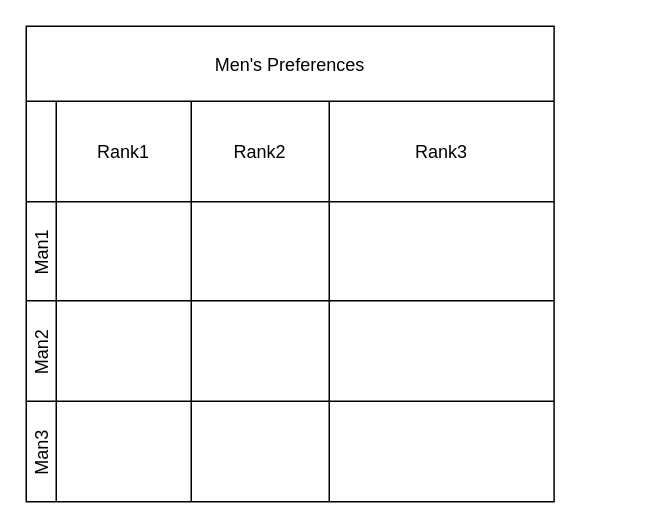
Above: BambooSMP.drawio in victorliu-sq/BambooSMP-Figures (draw.io), before the change. Source tidied: cells renumbered, new cells numbered last; positions are measured from the earlier drawing's top-left corner, leaving out a move shared by most shapes. Both pictures are drawn from the tidied source at 150%, with x=0, y=0 at pixel (26, 26).
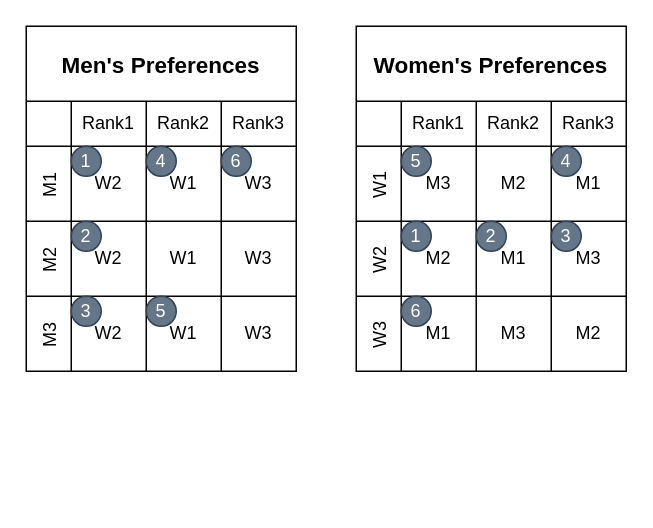
After the change.

Change to the diagram source:
```diff
@@
-    <mxCell id="2" value="Men's Preferences" style="shape=table;startSize=50;childLayout=tableLayout;resizeLastRow=0;" parent="1" vertex="1">
-      <mxGeometry width="351.9" height="317" as="geometry" />
+    <mxCell id="2" value="Men's Preferences" style="shape=table;startSize=50;childLayout=tableLayout;resizeLastRow=0;fontStyle=1;fontSize=15;" parent="1" vertex="1">
+      <mxGeometry width="180" height="230" as="geometry" />
     </mxCell>
-    <mxCell id="3" style="shape=tableRow;horizontal=0;startSize=20;swimlaneHead=0;swimlaneBody=0;strokeColor=inherit;top=0;left=0;bottom=0;right=0;fillColor=none;" parent="2" vertex="1">
-      <mxGeometry y="50" width="351.9" height="67" as="geometry" />
+    <mxCell id="3" style="shape=tableRow;horizontal=0;startSize=30;swimlaneHead=0;swimlaneBody=0;strokeColor=inherit;top=0;left=0;bottom=0;right=0;fillColor=none;" parent="2" vertex="1">
+      <mxGeometry y="50" width="180" height="30" as="geometry" />
     </mxCell>
     <mxCell id="4" value="Rank1" style="shape=partialRectangle;html=1;whiteSpace=wrap;strokeColor=inherit;overflow=hidden;fillColor=none;top=0;left=0;bottom=0;right=0;" parent="3" vertex="1">
-      <mxGeometry x="20" width="90" height="67" as="geometry" />
+      <mxGeometry x="30" width="50" height="30" as="geometry" />
     </mxCell>
     <mxCell id="5" value="Rank2" style="shape=partialRectangle;html=1;whiteSpace=wrap;strokeColor=inherit;overflow=hidden;fillColor=none;top=0;left=0;bottom=0;right=0;" parent="3" vertex="1">
-      <mxGeometry x="110" width="92" height="67" as="geometry" />
+      <mxGeometry x="80" width="50" height="30" as="geometry" />
     </mxCell>
-    <mxCell id="6" value="Rank3" style="shape=partialRectangle;html=1;whiteSpace=wrap;strokeColor=inherit;overflow=hidden;fillColor=none;top=0;left=0;bottom=0;right=0;" parent="3" vertex="1">
-      <mxGeometry x="202" width="150" height="67" as="geometry" />
+    <mxCell id="6" value="Rank3" style="shape=partialRectangle;html=1;whiteSpace=wrap;strokeColor=inherit;overflow=hidden;fillColor=none;top=0;left=0;bottom=0;right=0;strokeWidth=1;" parent="3" vertex="1">
+      <mxGeometry x="130" width="50" height="30" as="geometry" />
     </mxCell>
-    <mxCell id="7" value="Man1" style="shape=tableRow;horizontal=0;startSize=20;swimlaneHead=0;swimlaneBody=0;strokeColor=inherit;top=0;left=0;bottom=0;right=0;fillColor=none;" parent="2" vertex="1">
-      <mxGeometry y="117" width="351.9" height="66" as="geometry" />
+    <mxCell id="7" value="M1" style="shape=tableRow;horizontal=0;startSize=30;swimlaneHead=0;swimlaneBody=0;strokeColor=inherit;top=0;left=0;bottom=0;right=0;fillColor=none;" parent="2" vertex="1">
+      <mxGeometry y="80" width="180" height="50" as="geometry" />
     </mxCell>
-    <mxCell id="8" style="shape=partialRectangle;html=1;whiteSpace=wrap;strokeColor=inherit;overflow=hidden;fillColor=none;top=0;left=0;bottom=0;right=0;" parent="7" vertex="1">
-      <mxGeometry x="20" width="90" height="66" as="geometry" />
+    <mxCell id="8" value="W2" style="shape=partialRectangle;html=1;whiteSpace=wrap;overflow=hidden;top=0;left=0;bottom=0;right=0;strokeColor=default;fillColor=none;" parent="7" vertex="1">
+      <mxGeometry x="30" width="50" height="50" as="geometry" />
     </mxCell>
-    <mxCell id="9" style="shape=partialRectangle;html=1;whiteSpace=wrap;strokeColor=inherit;overflow=hidden;fillColor=none;top=0;left=0;bottom=0;right=0;" parent="7" vertex="1">
-      <mxGeometry x="110" width="92" height="66" as="geometry" />
+    <mxCell id="9" value="W1" style="shape=partialRectangle;html=1;whiteSpace=wrap;overflow=hidden;top=0;left=0;bottom=0;right=0;fillColor=none;labelBackgroundColor=none;labelBorderColor=none;strokeColor=default;shadow=0;backgroundOutline=0;" parent="7" vertex="1">
+      <mxGeometry x="80" width="50" height="50" as="geometry" />
     </mxCell>
-    <mxCell id="10" style="shape=partialRectangle;html=1;whiteSpace=wrap;strokeColor=inherit;overflow=hidden;fillColor=none;top=0;left=0;bottom=0;right=0;" parent="7" vertex="1">
-      <mxGeometry x="202" width="150" height="66" as="geometry" />
+    <mxCell id="10" value="W3" style="shape=partialRectangle;html=1;whiteSpace=wrap;overflow=hidden;top=0;left=0;bottom=0;right=0;fillColor=none;" parent="7" vertex="1">
+      <mxGeometry x="130" width="50" height="50" as="geometry" />
     </mxCell>
-    <mxCell id="11" value="Man2" style="shape=tableRow;horizontal=0;startSize=20;swimlaneHead=0;swimlaneBody=0;strokeColor=inherit;top=0;left=0;bottom=0;right=0;fillColor=none;" parent="2" vertex="1">
-      <mxGeometry y="183" width="351.9" height="67" as="geometry" />
+    <mxCell id="11" value="M2" style="shape=tableRow;horizontal=0;startSize=30;swimlaneHead=0;swimlaneBody=0;strokeColor=inherit;top=0;left=0;bottom=0;right=0;fillColor=none;" parent="2" vertex="1">
+      <mxGeometry y="130" width="180" height="50" as="geometry" />
     </mxCell>
-    <mxCell id="12" style="shape=partialRectangle;html=1;whiteSpace=wrap;strokeColor=inherit;overflow=hidden;fillColor=none;top=0;left=0;bottom=0;right=0;" parent="11" vertex="1">
-      <mxGeometry x="20" width="90" height="67" as="geometry" />
+    <mxCell id="12" value="W2" style="shape=partialRectangle;html=1;whiteSpace=wrap;overflow=hidden;top=0;left=0;bottom=0;right=0;strokeOpacity=100;fillColor=none;" parent="11" vertex="1">
+      <mxGeometry x="30" width="50" height="50" as="geometry" />
     </mxCell>
-    <mxCell id="13" style="shape=partialRectangle;html=1;whiteSpace=wrap;strokeColor=inherit;overflow=hidden;fillColor=none;top=0;left=0;bottom=0;right=0;" parent="11" vertex="1">
-      <mxGeometry x="110" width="92" height="67" as="geometry" />
+    <mxCell id="13" value="W1" style="shape=partialRectangle;html=1;whiteSpace=wrap;strokeColor=inherit;overflow=hidden;fillColor=none;top=0;left=0;bottom=0;right=0;" parent="11" vertex="1">
+      <mxGeometry x="80" width="50" height="50" as="geometry" />
     </mxCell>
-    <mxCell id="14" style="shape=partialRectangle;html=1;whiteSpace=wrap;strokeColor=inherit;overflow=hidden;fillColor=none;top=0;left=0;bottom=0;right=0;" parent="11" vertex="1">
-      <mxGeometry x="202" width="150" height="67" as="geometry" />
+    <mxCell id="14" value="W3" style="shape=partialRectangle;html=1;whiteSpace=wrap;strokeColor=inherit;overflow=hidden;fillColor=none;top=0;left=0;bottom=0;right=0;" parent="11" vertex="1">
+      <mxGeometry x="130" width="50" height="50" as="geometry" />
     </mxCell>
-    <mxCell id="15" value="Man3" style="shape=tableRow;horizontal=0;startSize=20;swimlaneHead=0;swimlaneBody=0;strokeColor=inherit;top=0;left=0;bottom=0;right=0;fillColor=none;" parent="2" vertex="1">
-      <mxGeometry y="250" width="351.9" height="67" as="geometry" />
+    <mxCell id="15" value="M3" style="shape=tableRow;horizontal=0;startSize=30;swimlaneHead=0;swimlaneBody=0;strokeColor=inherit;top=0;left=0;bottom=0;right=0;fillColor=none;" parent="2" vertex="1">
+      <mxGeometry y="180" width="180" height="50" as="geometry" />
     </mxCell>
-    <mxCell id="16" style="shape=partialRectangle;html=1;whiteSpace=wrap;strokeColor=inherit;overflow=hidden;fillColor=none;top=0;left=0;bottom=0;right=0;" parent="15" vertex="1">
-      <mxGeometry x="20" width="90" height="67" as="geometry" />
+    <mxCell id="16" value="W2" style="shape=partialRectangle;html=1;whiteSpace=wrap;overflow=hidden;top=0;left=0;bottom=0;right=0;fillColor=none;" parent="15" vertex="1">
+      <mxGeometry x="30" width="50" height="50" as="geometry" />
     </mxCell>
-    <mxCell id="17" style="shape=partialRectangle;html=1;whiteSpace=wrap;strokeColor=inherit;overflow=hidden;fillColor=none;top=0;left=0;bottom=0;right=0;" parent="15" vertex="1">
-      <mxGeometry x="110" width="92" height="67" as="geometry" />
+    <mxCell id="17" value="W1" style="shape=partialRectangle;html=1;whiteSpace=wrap;overflow=hidden;top=0;left=0;bottom=0;right=0;fillColor=none;" parent="15" vertex="1">
+      <mxGeometry x="80" width="50" height="50" as="geometry" />
     </mxCell>
-    <mxCell id="18" style="shape=partialRectangle;html=1;whiteSpace=wrap;strokeColor=inherit;overflow=hidden;fillColor=none;top=0;left=0;bottom=0;right=0;" parent="15" vertex="1">
-      <mxGeometry x="202" width="150" height="67" as="geometry" />
+    <mxCell id="18" value="W3" style="shape=partialRectangle;html=1;whiteSpace=wrap;strokeColor=inherit;overflow=hidden;fillColor=none;top=0;left=0;bottom=0;right=0;" parent="15" vertex="1">
+      <mxGeometry x="130" width="50" height="50" as="geometry" />
     </mxCell>
+    <mxCell id="19" value="Women's Preferences" style="shape=table;startSize=50;childLayout=tableLayout;resizeLastRow=0;fontStyle=1;fontSize=15;" parent="1" vertex="1">
+      <mxGeometry x="220" width="180" height="230" as="geometry" />
+    </mxCell>
+    <mxCell id="20" style="shape=tableRow;horizontal=0;startSize=30;swimlaneHead=0;swimlaneBody=0;strokeColor=inherit;top=0;left=0;bottom=0;right=0;fillColor=none;" parent="19" vertex="1">
+      <mxGeometry y="50" width="180" height="30" as="geometry" />
+    </mxCell>
+    <mxCell id="21" value="Rank1" style="shape=partialRectangle;html=1;whiteSpace=wrap;strokeColor=inherit;overflow=hidden;fillColor=none;top=0;left=0;bottom=0;right=0;" parent="20" vertex="1">
+      <mxGeometry x="30" width="50" height="30" as="geometry" />
+    </mxCell>
+    <mxCell id="22" value="Rank2" style="shape=partialRectangle;html=1;whiteSpace=wrap;strokeColor=inherit;overflow=hidden;fillColor=none;top=0;left=0;bottom=0;right=0;" parent="20" vertex="1">
+      <mxGeometry x="80" width="50" height="30" as="geometry" />
+    </mxCell>
+    <mxCell id="23" value="Rank3" style="shape=partialRectangle;html=1;whiteSpace=wrap;strokeColor=inherit;overflow=hidden;fillColor=none;top=0;left=0;bottom=0;right=0;strokeWidth=1;" parent="20" vertex="1">
+      <mxGeometry x="130" width="50" height="30" as="geometry" />
+    </mxCell>
+    <mxCell id="24" value="W1" style="shape=tableRow;horizontal=0;startSize=30;swimlaneHead=0;swimlaneBody=0;strokeColor=inherit;top=0;left=0;bottom=0;right=0;fillColor=none;" parent="19" vertex="1">
+      <mxGeometry y="80" width="180" height="50" as="geometry" />
+    </mxCell>
+    <mxCell id="25" value="M3" style="shape=partialRectangle;html=1;whiteSpace=wrap;strokeColor=inherit;overflow=hidden;fillColor=none;top=0;left=0;bottom=0;right=0;" parent="24" vertex="1">
+      <mxGeometry x="30" width="50" height="50" as="geometry" />
+    </mxCell>
+    <mxCell id="26" value="M2" style="shape=partialRectangle;html=1;whiteSpace=wrap;strokeColor=inherit;overflow=hidden;fillColor=none;top=0;left=0;bottom=0;right=0;" parent="24" vertex="1">
+      <mxGeometry x="80" width="50" height="50" as="geometry" />
+    </mxCell>
+    <mxCell id="27" value="M1" style="shape=partialRectangle;html=1;whiteSpace=wrap;strokeColor=inherit;overflow=hidden;fillColor=none;top=0;left=0;bottom=0;right=0;" parent="24" vertex="1">
+      <mxGeometry x="130" width="50" height="50" as="geometry" />
+    </mxCell>
+    <mxCell id="28" value="W2" style="shape=tableRow;horizontal=0;startSize=30;swimlaneHead=0;swimlaneBody=0;strokeColor=inherit;top=0;left=0;bottom=0;right=0;fillColor=none;" parent="19" vertex="1">
+      <mxGeometry y="130" width="180" height="50" as="geometry" />
+    </mxCell>
+    <mxCell id="29" value="M2" style="shape=partialRectangle;html=1;whiteSpace=wrap;strokeColor=inherit;overflow=hidden;fillColor=none;top=0;left=0;bottom=0;right=0;" parent="28" vertex="1">
+      <mxGeometry x="30" width="50" height="50" as="geometry" />
+    </mxCell>
+    <mxCell id="30" value="M1" style="shape=partialRectangle;html=1;whiteSpace=wrap;strokeColor=inherit;overflow=hidden;fillColor=none;top=0;left=0;bottom=0;right=0;" parent="28" vertex="1">
+      <mxGeometry x="80" width="50" height="50" as="geometry" />
+    </mxCell>
+    <mxCell id="31" value="M3" style="shape=partialRectangle;html=1;whiteSpace=wrap;strokeColor=inherit;overflow=hidden;fillColor=none;top=0;left=0;bottom=0;right=0;" parent="28" vertex="1">
+      <mxGeometry x="130" width="50" height="50" as="geometry" />
+    </mxCell>
+    <mxCell id="32" value="W3" style="shape=tableRow;horizontal=0;startSize=30;swimlaneHead=0;swimlaneBody=0;strokeColor=inherit;top=0;left=0;bottom=0;right=0;fillColor=none;" parent="19" vertex="1">
+      <mxGeometry y="180" width="180" height="50" as="geometry" />
+    </mxCell>
+    <mxCell id="33" value="M1" style="shape=partialRectangle;html=1;whiteSpace=wrap;strokeColor=inherit;overflow=hidden;fillColor=none;top=0;left=0;bottom=0;right=0;" parent="32" vertex="1">
+      <mxGeometry x="30" width="50" height="50" as="geometry" />
+    </mxCell>
+    <mxCell id="34" value="M3" style="shape=partialRectangle;html=1;whiteSpace=wrap;strokeColor=inherit;overflow=hidden;fillColor=none;top=0;left=0;bottom=0;right=0;" parent="32" vertex="1">
+      <mxGeometry x="80" width="50" height="50" as="geometry" />
+    </mxCell>
+    <mxCell id="35" value="M2" style="shape=partialRectangle;html=1;whiteSpace=wrap;strokeColor=inherit;overflow=hidden;fillColor=none;top=0;left=0;bottom=0;right=0;" parent="32" vertex="1">
+      <mxGeometry x="130" width="50" height="50" as="geometry" />
+    </mxCell>
+    <mxCell id="36" value="1" style="ellipse;whiteSpace=wrap;html=1;strokeColor=#314354;align=center;verticalAlign=middle;fontFamily=Helvetica;fontSize=12;fillColor=#647687;fontColor=#ffffff;" parent="1" vertex="1">
+      <mxGeometry x="30" y="80" width="20" height="20" as="geometry" />
+    </mxCell>
+    <mxCell id="37" value="2" style="ellipse;whiteSpace=wrap;html=1;strokeColor=#314354;align=center;verticalAlign=middle;fontFamily=Helvetica;fontSize=12;fillColor=#647687;fontColor=#ffffff;" parent="1" vertex="1">
+      <mxGeometry x="30" y="130" width="20" height="20" as="geometry" />
+    </mxCell>
+    <mxCell id="38" value="3" style="ellipse;whiteSpace=wrap;html=1;strokeColor=#314354;align=center;verticalAlign=middle;fontFamily=Helvetica;fontSize=12;fillColor=#647687;fontColor=#ffffff;" parent="1" vertex="1">
+      <mxGeometry x="30" y="180" width="20" height="20" as="geometry" />
+    </mxCell>
+    <mxCell id="39" value="4" style="ellipse;whiteSpace=wrap;html=1;strokeColor=#314354;align=center;verticalAlign=middle;fontFamily=Helvetica;fontSize=12;fillColor=#647687;fontColor=#ffffff;" parent="1" vertex="1">
+      <mxGeometry x="80" y="80" width="20" height="20" as="geometry" />
+    </mxCell>
+    <mxCell id="40" value="5" style="ellipse;whiteSpace=wrap;html=1;strokeColor=#314354;align=center;verticalAlign=middle;fontFamily=Helvetica;fontSize=12;fillColor=#647687;fontColor=#ffffff;" parent="1" vertex="1">
+      <mxGeometry x="80" y="180" width="20" height="20" as="geometry" />
+    </mxCell>
+    <mxCell id="41" value="6" style="ellipse;whiteSpace=wrap;html=1;strokeColor=#314354;align=center;verticalAlign=middle;fontFamily=Helvetica;fontSize=12;fillColor=#647687;fontColor=#ffffff;" parent="1" vertex="1">
+      <mxGeometry x="130" y="80" width="20" height="20" as="geometry" />
+    </mxCell>
+    <mxCell id="42" value="1" style="ellipse;whiteSpace=wrap;html=1;strokeColor=#314354;align=center;verticalAlign=middle;fontFamily=Helvetica;fontSize=12;fillColor=#647687;fontColor=#ffffff;" parent="1" vertex="1">
+      <mxGeometry x="250" y="130" width="20" height="20" as="geometry" />
+    </mxCell>
+    <mxCell id="43" value="2" style="ellipse;whiteSpace=wrap;html=1;strokeColor=#314354;align=center;verticalAlign=middle;fontFamily=Helvetica;fontSize=12;fillColor=#647687;fontColor=#ffffff;" parent="1" vertex="1">
+      <mxGeometry x="300" y="130" width="20" height="20" as="geometry" />
+    </mxCell>
+    <mxCell id="44" value="3" style="ellipse;whiteSpace=wrap;html=1;strokeColor=#314354;align=center;verticalAlign=middle;fontFamily=Helvetica;fontSize=12;fillColor=#647687;fontColor=#ffffff;" parent="1" vertex="1">
+      <mxGeometry x="350" y="130" width="20" height="20" as="geometry" />
+    </mxCell>
+    <mxCell id="45" value="4" style="ellipse;whiteSpace=wrap;html=1;strokeColor=#314354;align=center;verticalAlign=middle;fontFamily=Helvetica;fontSize=12;fillColor=#647687;fontColor=#ffffff;" parent="1" vertex="1">
+      <mxGeometry x="350" y="80" width="20" height="20" as="geometry" />
+    </mxCell>
+    <mxCell id="46" value="5" style="ellipse;whiteSpace=wrap;html=1;strokeColor=#314354;align=center;verticalAlign=middle;fontFamily=Helvetica;fontSize=12;fillColor=#647687;fontColor=#ffffff;" parent="1" vertex="1">
+      <mxGeometry x="250" y="80" width="20" height="20" as="geometry" />
+    </mxCell>
+    <mxCell id="47" value="6" style="ellipse;whiteSpace=wrap;html=1;strokeColor=#314354;align=center;verticalAlign=middle;fontFamily=Helvetica;fontSize=12;fillColor=#647687;fontColor=#ffffff;" parent="1" vertex="1">
+      <mxGeometry x="250" y="180" width="20" height="20" as="geometry" />
+    </mxCell>
```
